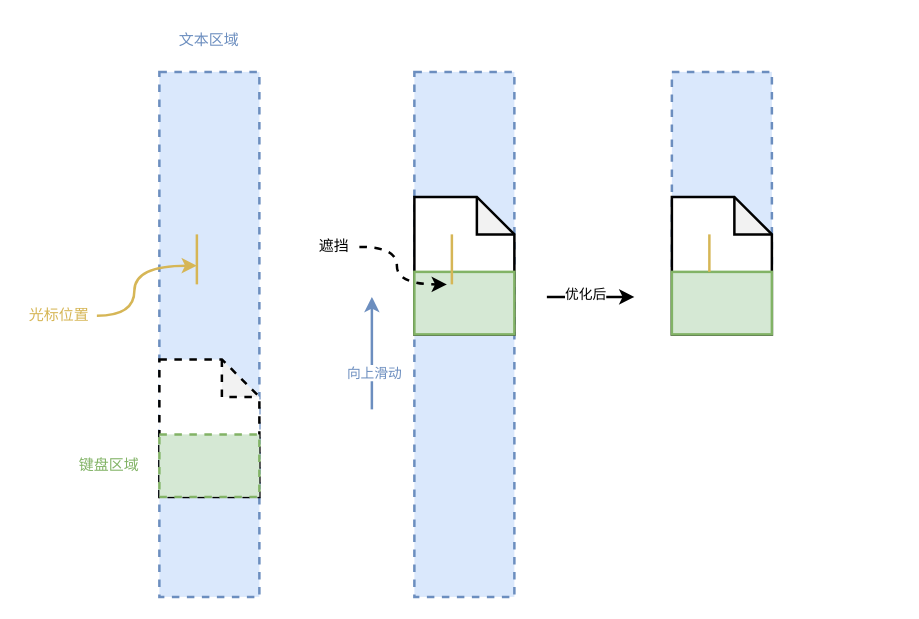
ShawnTu/git-tutorial keeps this draw.io diagram as 20250114-1.drawio. Above is the earlier version. Source tidied: cells renumbered, new cells numbered last; positions are measured from the earlier drawing's top-left corner, leaving out a move shared by most shapes. Both pictures are drawn from the tidied source at 125%, with x=0, y=0 at pixel (21, 21).
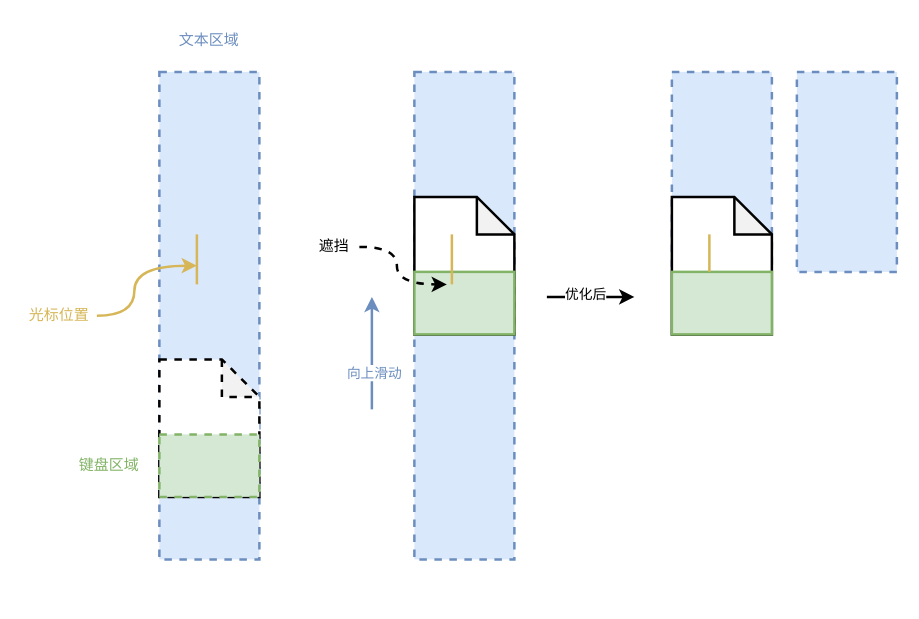
After the change.

What changed in the source:
```diff
@@
     <mxCell id="2" style="rounded=0;whiteSpace=wrap;html=1;strokeWidth=2;fillColor=#dae8fc;strokeColor=#6c8ebf;dashed=1;" parent="1" vertex="1">
-      <mxGeometry x="110" y="40" width="80" height="420" as="geometry" />
+      <mxGeometry x="110" y="40" width="80" height="390" as="geometry" />
     </mxCell>
@@
     <mxCell id="10" style="rounded=0;whiteSpace=wrap;html=1;strokeWidth=2;fillColor=#dae8fc;strokeColor=#6c8ebf;dashed=1;" parent="1" vertex="1">
-      <mxGeometry x="314" y="40" width="80" height="420" as="geometry" />
+      <mxGeometry x="314" y="40" width="80" height="390" as="geometry" />
     </mxCell>
@@
+    <mxCell id="24" style="rounded=0;whiteSpace=wrap;html=1;strokeWidth=2;fillColor=#dae8fc;strokeColor=#6c8ebf;dashed=1;" parent="1" vertex="1">
+      <mxGeometry x="620" y="40" width="80" height="160" as="geometry" />
+    </mxCell>
```
